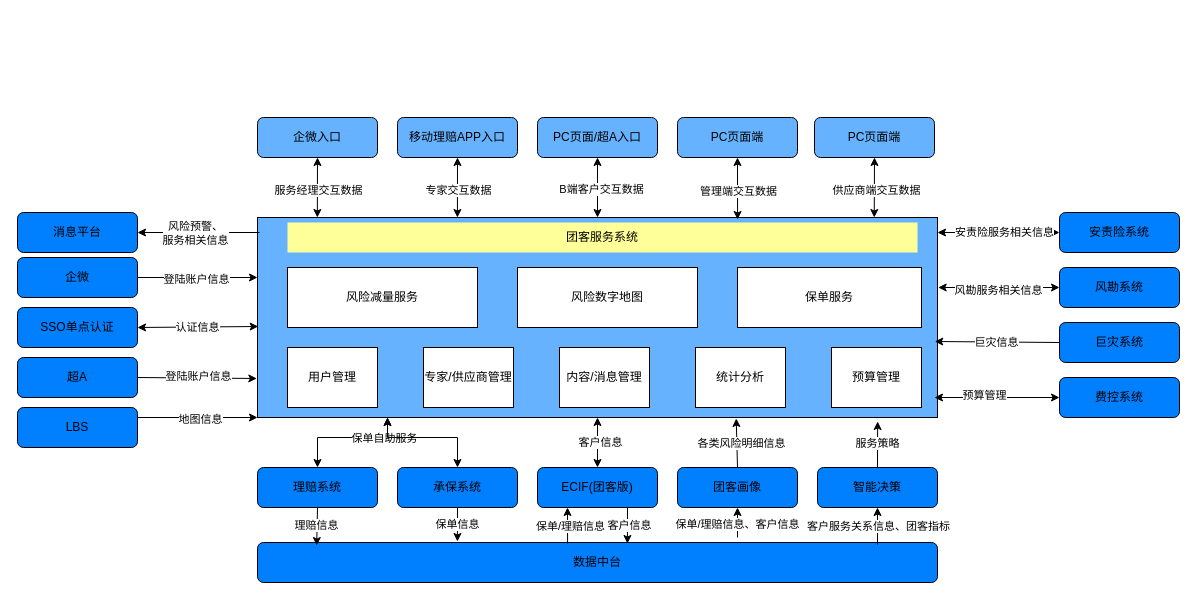
This is 团客总体设计.drawio from loc1129/tech, a draw.io file, before an edit. Source tidied: cells renumbered, new cells numbered last; positions are measured from the earlier drawing's top-left corner, leaving out a move shared by most shapes. Both pictures are drawn from the tidied source at 100%, with x=0, y=0 at pixel (17, 117).
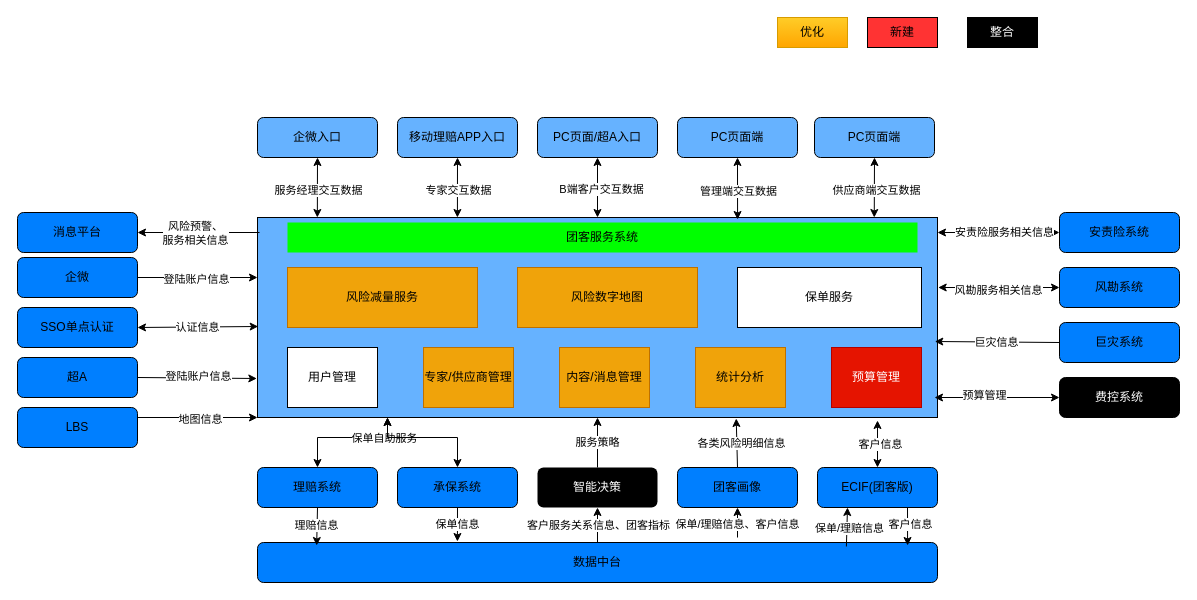
Above is the later version.

Commit message:
更新团客总体设计.drawio

Unchanged cells that the change refers to:
```xml
<mxCell id="2" style="rounded=0;whiteSpace=wrap;html=1;fillColor=#66B2FF;" parent="1" vertex="1">
  <mxGeometry x="240" y="100" width="680" height="200" as="geometry" />
</mxCell>
<mxCell id="35" value="数据中台" style="rounded=1;whiteSpace=wrap;html=1;fillColor=#007FFF;" parent="1" vertex="1">
  <mxGeometry x="240" y="425" width="680" height="40" as="geometry" />
</mxCell>
```

Change to the diagram source:
```diff
@@
     <mxCell id="30" value="ECIF(团客版)" style="rounded=1;whiteSpace=wrap;html=1;fillColor=#007FFF;" parent="1" vertex="1">
-      <mxGeometry x="520" y="350" width="120" height="40" as="geometry" />
+      <mxGeometry x="800" y="350" width="120" height="40" as="geometry" />
     </mxCell>
@@
-    <mxCell id="34" value="智能决策" style="rounded=1;whiteSpace=wrap;html=1;fillColor=#007FFF;" parent="1" vertex="1">
-      <mxGeometry x="800" y="350" width="120" height="40" as="geometry" />
+    <mxCell id="34" value="智能决策" style="rounded=1;whiteSpace=wrap;html=1;fillColor=#000000;strokeColor=none;fontColor=#FFFFFF;" parent="1" vertex="1">
+      <mxGeometry x="520" y="350" width="120" height="40" as="geometry" />
     </mxCell>
@@
-    <mxCell id="38" style="endArrow=classic;html=1;rounded=0;exitX=0.456;exitY=0.025;exitDx=0;exitDy=0;exitPerimeter=0;entryX=0.25;entryY=1;entryDx=0;entryDy=0;" parent="1" edge="1" source="35" target="30">
+    <mxCell id="38" style="endArrow=classic;html=1;rounded=0;exitX=0.866;exitY=0.1;exitDx=0;exitDy=0;exitPerimeter=0;entryX=0.25;entryY=1;entryDx=0;entryDy=0;" parent="1" edge="1" source="35" target="30">
       <mxGeometry relative="1" as="geometry" />
     </mxCell>
@@
-    <mxCell id="45" value="风险减量服务" style="rounded=0;whiteSpace=wrap;html=1;" parent="1" vertex="1">
+    <mxCell id="45" value="风险减量服务" style="rounded=0;whiteSpace=wrap;html=1;fillColor=#f0a30a;fontColor=#000000;strokeColor=#BD7000;" parent="1" vertex="1">
       <mxGeometry x="270" y="150" width="190" height="60" as="geometry" />
     </mxCell>
@@
-    <mxCell id="47" value="专家/供应商管理" style="rounded=0;whiteSpace=wrap;html=1;" parent="1" vertex="1">
+    <mxCell id="47" value="专家/供应商管理" style="rounded=0;whiteSpace=wrap;html=1;fillColor=#f0a30a;fontColor=#000000;strokeColor=#BD7000;" parent="1" vertex="1">
       <mxGeometry x="406" y="230" width="90" height="60" as="geometry" />
     </mxCell>
-    <mxCell id="48" value="内容/消息管理" style="rounded=0;whiteSpace=wrap;html=1;" parent="1" vertex="1">
+    <mxCell id="48" value="内容/消息管理" style="rounded=0;whiteSpace=wrap;html=1;fillColor=#f0a30a;fontColor=#000000;strokeColor=#BD7000;" parent="1" vertex="1">
       <mxGeometry x="542" y="230" width="90" height="60" as="geometry" />
     </mxCell>
-    <mxCell id="49" value="风险数字地图" style="rounded=0;whiteSpace=wrap;html=1;" parent="1" vertex="1">
+    <mxCell id="49" value="风险数字地图" style="rounded=0;whiteSpace=wrap;html=1;fillColor=#f0a30a;fontColor=#000000;strokeColor=#BD7000;" parent="1" vertex="1">
       <mxGeometry x="500" y="150" width="180" height="60" as="geometry" />
     </mxCell>
@@
-    <mxCell id="51" value="统计分析" style="rounded=0;whiteSpace=wrap;html=1;" parent="1" vertex="1">
+    <mxCell id="51" value="统计分析" style="rounded=0;whiteSpace=wrap;html=1;fillColor=#f0a30a;fontColor=#000000;strokeColor=#BD7000;" parent="1" vertex="1">
       <mxGeometry x="678" y="230" width="90" height="60" as="geometry" />
     </mxCell>
-    <mxCell id="52" value="团客服务系统" style="text;html=1;strokeColor=none;fillColor=#FFFF99;align=center;verticalAlign=middle;whiteSpace=wrap;rounded=0;" parent="1" vertex="1">
+    <mxCell id="52" value="团客服务系统" style="text;html=1;strokeColor=none;fillColor=#00FF00;align=center;verticalAlign=middle;whiteSpace=wrap;rounded=0;" parent="1" vertex="1">
       <mxGeometry x="270" y="105" width="630" height="30" as="geometry" />
     </mxCell>
-    <mxCell id="53" style="endArrow=classic;html=1;rounded=0;exitX=0.75;exitY=1;exitDx=0;exitDy=0;entryX=0.544;entryY=0.025;entryDx=0;entryDy=0;entryPerimeter=0;" parent="1" edge="1" source="30" target="35">
+    <mxCell id="53" style="endArrow=classic;html=1;rounded=0;exitX=0.75;exitY=1;exitDx=0;exitDy=0;entryX=0.956;entryY=0.075;entryDx=0;entryDy=0;entryPerimeter=0;" parent="1" edge="1" source="30" target="35">
       <mxGeometry relative="1" as="geometry" />
     </mxCell>
@@
-    <mxCell id="62" value="费控系统" style="rounded=1;whiteSpace=wrap;html=1;fillColor=#007FFF;" parent="1" vertex="1">
+    <mxCell id="62" value="费控系统" style="rounded=1;whiteSpace=wrap;html=1;fillColor=#000000;fontColor=#FFFFFF;" parent="1" vertex="1">
       <mxGeometry x="1042" y="260" width="120" height="40" as="geometry" />
     </mxCell>
@@
-    <mxCell id="72" style="endArrow=classic;startArrow=classic;html=1;rounded=0;exitX=0.5;exitY=0;exitDx=0;exitDy=0;entryX=0.5;entryY=1;entryDx=0;entryDy=0;" parent="1" edge="1" source="30" target="2">
-      <mxGeometry relative="1" as="geometry" />
+    <mxCell id="72" style="endArrow=classic;startArrow=classic;html=1;rounded=0;exitX=0.5;exitY=0;exitDx=0;exitDy=0;" parent="1" edge="1" source="30">
+      <mxGeometry relative="1" as="geometry">
+        <mxPoint x="860" y="303" as="targetPoint" />
+      </mxGeometry>
     </mxCell>
@@
-    <mxCell id="74" style="endArrow=classic;html=1;rounded=0;exitX=0.5;exitY=0;exitDx=0;exitDy=0;entryX=0.912;entryY=1.02;entryDx=0;entryDy=0;entryPerimeter=0;" parent="1" edge="1" source="34" target="2">
+    <mxCell id="74" style="endArrow=classic;html=1;rounded=0;exitX=0.5;exitY=0;exitDx=0;exitDy=0;entryX=0.5;entryY=1;entryDx=0;entryDy=0;" parent="1" edge="1" source="34" target="2">
       <mxGeometry relative="1" as="geometry" />
     </mxCell>
@@
-    <mxCell id="76" style="endArrow=classic;html=1;rounded=0;entryX=0.5;entryY=1;entryDx=0;entryDy=0;" parent="1" edge="1" target="34">
-      <mxGeometry relative="1" as="geometry">
-        <mxPoint x="860" y="427" as="sourcePoint" />
-      </mxGeometry>
+    <mxCell id="76" style="endArrow=classic;html=1;rounded=0;entryX=0.5;entryY=1;entryDx=0;entryDy=0;exitX=0.5;exitY=0;exitDx=0;exitDy=0;" parent="1" edge="1" source="35" target="34">
+      <mxGeometry relative="1" as="geometry" />
     </mxCell>
@@
-    <mxCell id="80" value="预算管理" style="rounded=0;whiteSpace=wrap;html=1;" parent="1" vertex="1">
+    <mxCell id="80" value="预算管理" style="rounded=0;whiteSpace=wrap;html=1;fillColor=#e51400;fontColor=#ffffff;strokeColor=#B20000;" parent="1" vertex="1">
       <mxGeometry x="814" y="230" width="90" height="60" as="geometry" />
     </mxCell>
+    <mxCell id="81" value="优化" style="rounded=0;whiteSpace=wrap;html=1;fillColor=#ffcd28;gradientColor=#ffa500;strokeColor=#d79b00;" parent="1" vertex="1">
+      <mxGeometry x="760" y="-100" width="70" height="30" as="geometry" />
+    </mxCell>
+    <mxCell id="82" value="新建" style="rounded=0;whiteSpace=wrap;html=1;fillColor=#FF3333;" parent="1" vertex="1">
+      <mxGeometry x="850" y="-100" width="70" height="30" as="geometry" />
+    </mxCell>
+    <mxCell id="83" value="整合" style="rounded=0;whiteSpace=wrap;html=1;fillColor=#000000;fontColor=#FFFFFF;" parent="1" vertex="1">
+      <mxGeometry x="950" y="-100" width="70" height="30" as="geometry" />
+    </mxCell>
```
